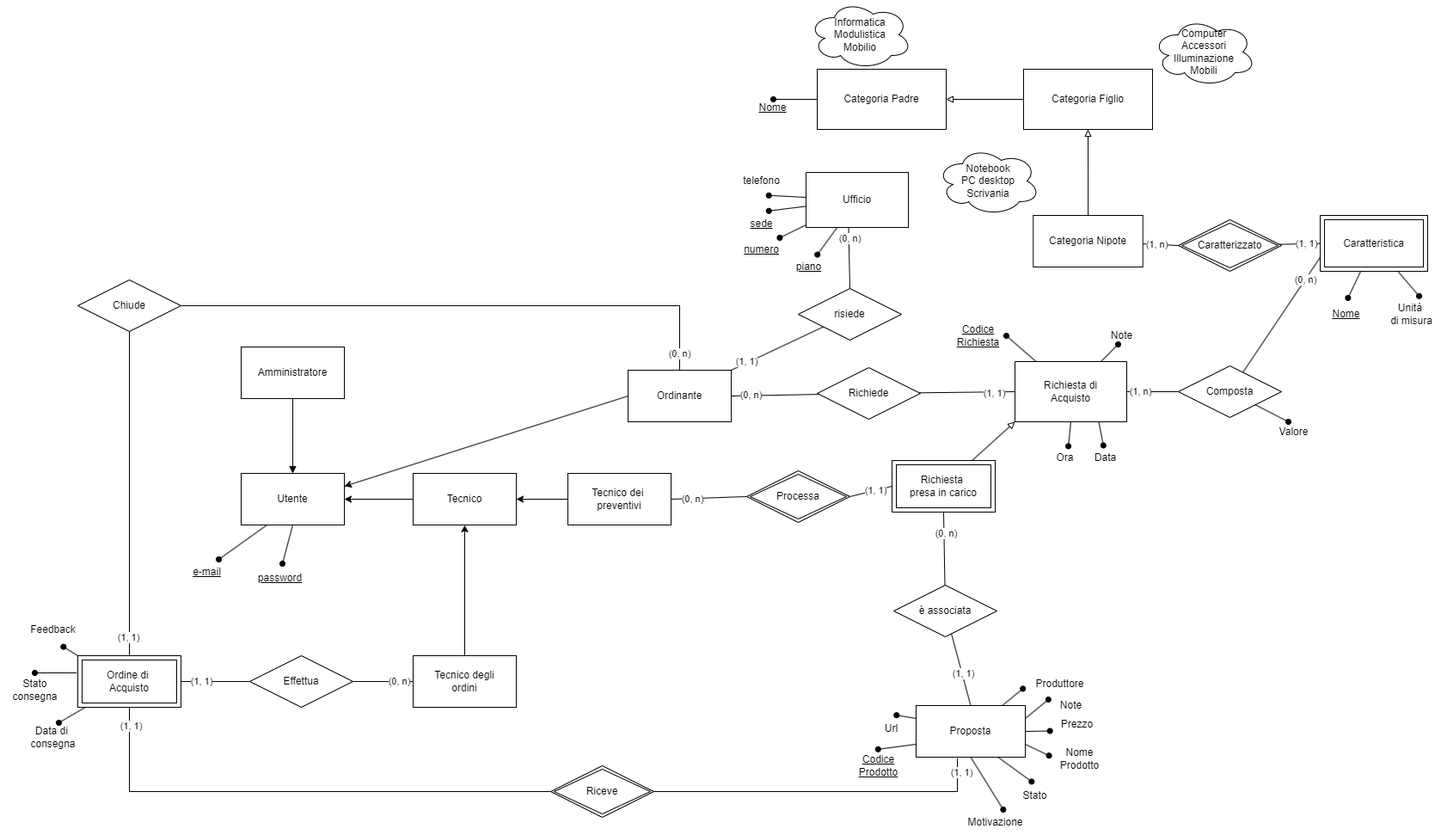
The draw.io diagram docs/ER_WE.drawio.png in Mik1810/web_engineering, before a commit. Source tidied: cells renumbered, new cells last; positions are measured from the earlier drawing's top-left corner, leaving out a move shared by most shapes.
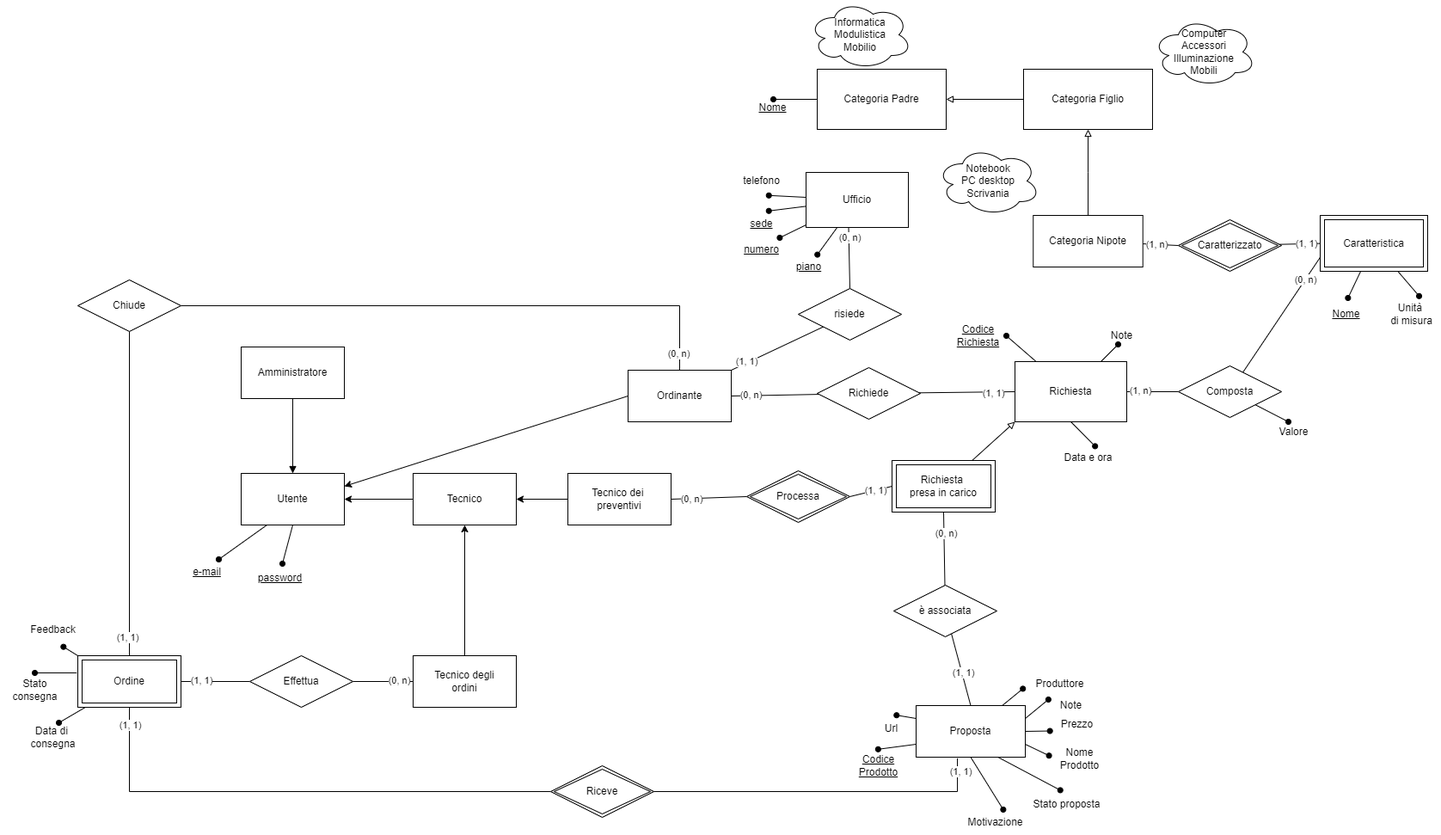
The same file after the commit.

Commit message:
revisione documentazione e diagrammi relazionali

What changed in the source:
```diff
@@ -27,7 +27,7 @@
         <mxPoint x="1170" y="390" as="targetPoint" />
       </mxGeometry>
     </mxCell>
-    <mxCell id="9" value="Richiesta di &lt;br&gt;Acquisto" style="rounded=0;whiteSpace=wrap;html=1;" parent="1" vertex="1">
+    <mxCell id="9" value="Richiesta" style="rounded=0;whiteSpace=wrap;html=1;" parent="1" vertex="1">
       <mxGeometry x="1180" y="420" width="130" height="70" as="geometry" />
     </mxCell>
     <mxCell id="10" value="Informatica&lt;div&gt;Modulistica&lt;/div&gt;&lt;div&gt;Mobilio&lt;/div&gt;" style="ellipse;shape=cloud;whiteSpace=wrap;html=1;" parent="1" vertex="1">
@@ -196,9 +196,6 @@
     <mxCell id="63" style="rounded=0;jettySize=auto;html=1;entryX=0;entryY=1;entryDx=0;entryDy=0;endArrow=block;endFill=0;" parent="1" edge="1" source="66" target="9">
       <mxGeometry relative="1" as="geometry" />
     </mxCell>
-    <mxCell id="64" style="rounded=0;jettySize=auto;html=1;endArrow=oval;endFill=1;entryX=0.456;entryY=0.017;entryDx=0;entryDy=0;entryPerimeter=0;exitX=0.75;exitY=1;exitDx=0;exitDy=0;" parent="1" edge="1" source="9" target="104">
-      <mxGeometry relative="1" as="geometry" />
-    </mxCell>
     <mxCell id="65" style="rounded=0;jettySize=auto;html=1;endArrow=oval;endFill=1;exitX=0.5;exitY=1;exitDx=0;exitDy=0;entryX=0.602;entryY=0.046;entryDx=0;entryDy=0;entryPerimeter=0;" parent="1" edge="1" source="9" target="105">
       <mxGeometry relative="1" as="geometry" />
     </mxCell>
@@ -223,8 +220,8 @@
     <mxCell id="72" style="rounded=0;jettySize=auto;html=1;endArrow=oval;endFill=1;entryX=0.604;entryY=0.015;entryDx=0;entryDy=0;entryPerimeter=0;exitX=0.5;exitY=1;exitDx=0;exitDy=0;" parent="1" edge="1" source="28" target="74">
       <mxGeometry relative="1" as="geometry" />
     </mxCell>
-    <mxCell id="73" value="Stato" style="text;html=1;align=center;verticalAlign=middle;points=[];strokeColor=none;fillColor=none;" parent="1" vertex="1">
-      <mxGeometry x="1178" y="910" width="50" height="30" as="geometry" />
+    <mxCell id="73" value="Stato proposta" style="text;html=1;align=center;verticalAlign=middle;points=[];strokeColor=none;fillColor=none;" parent="1" vertex="1">
+      <mxGeometry x="1190" y="920" width="100" height="30" as="geometry" />
     </mxCell>
     <mxCell id="74" value="Motivazione" style="text;html=1;align=center;verticalAlign=middle;points=[];strokeColor=none;fillColor=none;" parent="1" vertex="1">
       <mxGeometry x="1112" y="940.5" width="90" height="30" as="geometry" />
@@ -267,7 +264,7 @@
         <mxPoint x="68" y="840" as="targetPoint" />
       </mxGeometry>
     </mxCell>
-    <mxCell id="87" value="Ordine di&amp;nbsp;&lt;br&gt;Acquisto" style="shape=ext;margin=3;double=1;whiteSpace=wrap;html=1;align=center;" parent="1" vertex="1">
+    <mxCell id="87" value="Ordine" style="shape=ext;margin=3;double=1;whiteSpace=wrap;html=1;align=center;" parent="1" vertex="1">
       <mxGeometry x="90" y="762" width="120" height="60" as="geometry" />
     </mxCell>
     <mxCell id="88" style="edgeStyle=orthogonalEdgeStyle;rounded=0;jettySize=auto;html=1;entryX=0;entryY=0.5;entryDx=0;entryDy=0;endArrow=none;endFill=0;" parent="1" edge="1" source="90" target="76">
@@ -322,11 +319,8 @@
     <mxCell id="103" value="Processa" style="shape=rhombus;double=1;perimeter=rhombusPerimeter;whiteSpace=wrap;html=1;align=center;" parent="1" vertex="1">
       <mxGeometry x="868" y="547" width="120" height="60" as="geometry" />
     </mxCell>
-    <mxCell id="104" value="Data" style="text;html=1;align=center;verticalAlign=middle;points=[];strokeColor=none;fillColor=none;" parent="1" vertex="1">
-      <mxGeometry x="1260" y="517" width="50" height="30" as="geometry" />
-    </mxCell>
-    <mxCell id="105" value="Ora" style="text;html=1;align=center;verticalAlign=middle;points=[];strokeColor=none;fillColor=none;" parent="1" vertex="1">
-      <mxGeometry x="1218" y="517" width="40" height="30" as="geometry" />
+    <mxCell id="105" value="Data e ora" style="text;html=1;align=center;verticalAlign=middle;points=[];strokeColor=none;fillColor=none;" parent="1" vertex="1">
+      <mxGeometry x="1225" y="517" width="80" height="30" as="geometry" />
     </mxCell>
     <mxCell id="106" value="Notebook&lt;br&gt;PC desktop&lt;div&gt;Scrivania&lt;/div&gt;" style="ellipse;shape=cloud;whiteSpace=wrap;html=1;" parent="1" vertex="1">
       <mxGeometry x="1089" y="170" width="120" height="80" as="geometry" />
```
